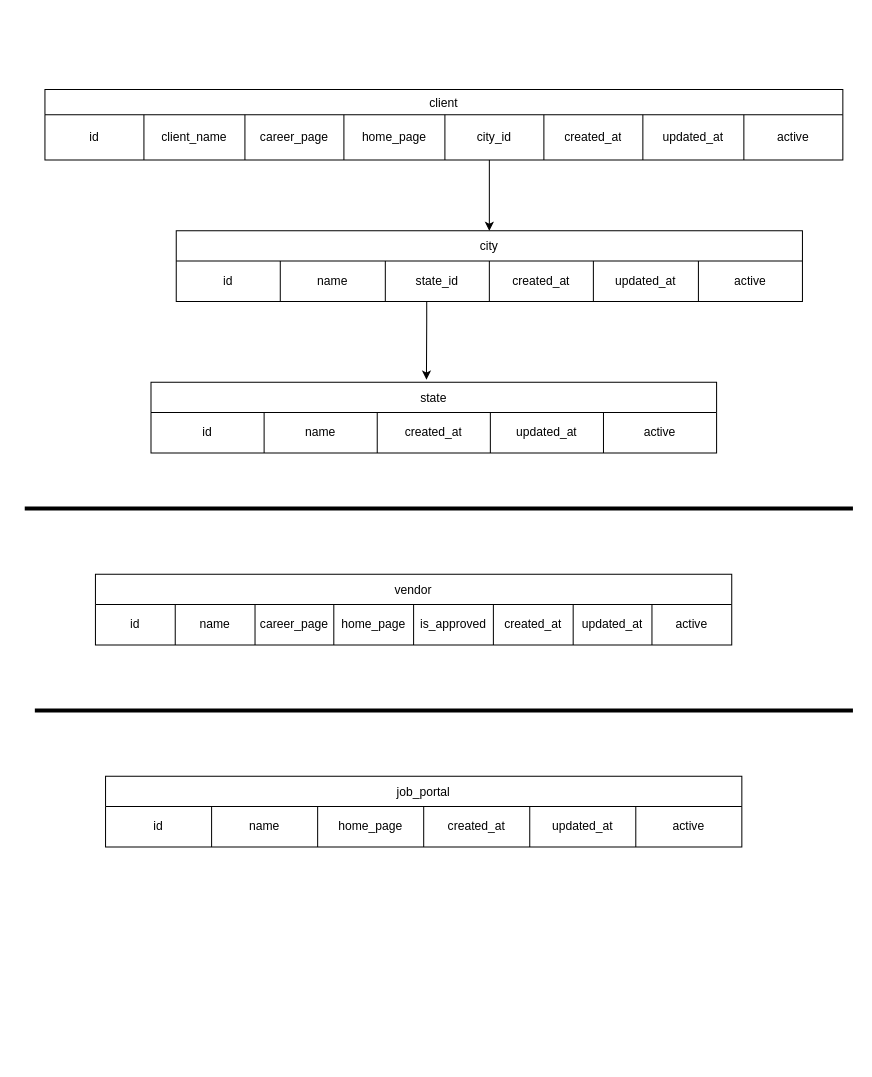
Above: Untitled Diagram.drawio in OmkarAvinash-Durgasi/mvc-framework (draw.io), before the change. Source tidied: cells renumbered, new cells numbered last; positions are measured from the earlier drawing's top-left corner, leaving out a move shared by most shapes. Both pictures are drawn from the tidied source at 101%, with x=0, y=0 at pixel (24, 89).
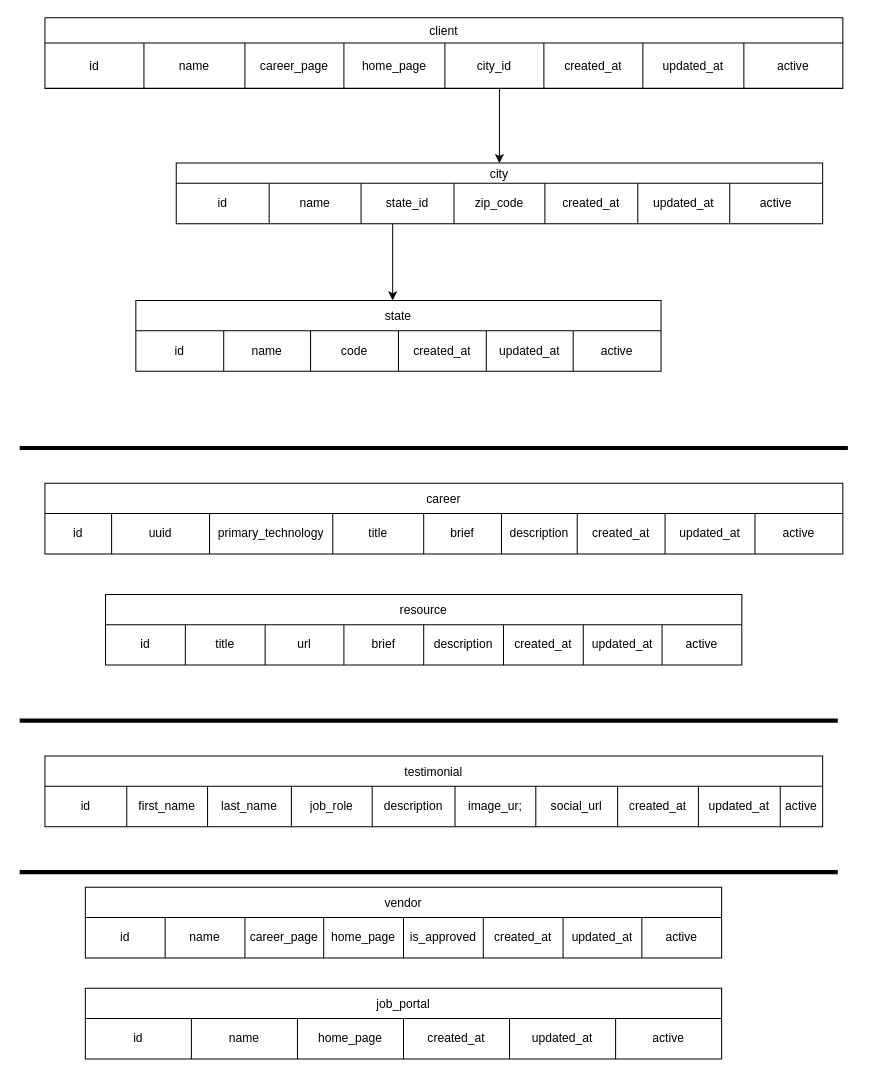
Above is the later version.

The change refers to these unchanged cells:
```xml
<mxCell id="6" style="shape=tableRow;horizontal=0;startSize=0;swimlaneHead=0;swimlaneBody=0;strokeColor=inherit;top=0;left=0;bottom=0;right=0;fillColor=none;" parent="5" vertex="1">
  <mxGeometry y="25" width="790" height="45" as="geometry" />
</mxCell>
```

Diff of the diagram source:
```diff
@@
     <mxCell id="2" style="line;strokeWidth=4;html=1;perimeter=backbonePerimeter;" parent="1" vertex="1">
-      <mxGeometry y="410" width="820" height="10" as="geometry" />
+      <mxGeometry x="-5" y="350" width="820" height="10" as="geometry" />
     </mxCell>
     <mxCell id="3" style="line;strokeWidth=4;html=1;perimeter=backbonePerimeter;" parent="1" vertex="1">
-      <mxGeometry x="10" y="610" width="810" height="10" as="geometry" />
+      <mxGeometry x="-5" y="620" width="810" height="10" as="geometry" />
     </mxCell>
     <mxCell id="4" style="edgeStyle=orthogonalEdgeStyle;rounded=0;jettySize=auto;html=1;entryX=0.5;entryY=0;entryDx=0;entryDy=0;" parent="1" edge="1" source="5" target="16">
       <mxGeometry relative="1" as="geometry">
         <Array as="points">
-          <mxPoint x="460" y="126" />
+          <mxPoint x="470" y="-7" />
+          <mxPoint x="470" y="-7" />
         </Array>
       </mxGeometry>
     </mxCell>
     <mxCell id="5" value="client" style="shape=table;startSize=25;childLayout=tableLayout;" parent="1" vertex="1">
-      <mxGeometry x="20" width="790" height="70" as="geometry" />
+      <mxGeometry x="20" y="-71" width="790" height="70" as="geometry" />
     </mxCell>
@@
-    <mxCell id="8" value="client_name" style="shape=partialRectangle;html=1;whiteSpace=wrap;strokeColor=inherit;overflow=hidden;fillColor=none;top=0;left=0;bottom=0;right=0;" parent="6" vertex="1">
+    <mxCell id="8" value="name" style="shape=partialRectangle;html=1;whiteSpace=wrap;strokeColor=inherit;overflow=hidden;fillColor=none;top=0;left=0;bottom=0;right=0;" parent="6" vertex="1">
       <mxGeometry x="98" width="100" height="45" as="geometry" />
     </mxCell>
@@
-    <mxCell id="15" style="edgeStyle=orthogonalEdgeStyle;rounded=0;jettySize=auto;html=1;entryX=0.487;entryY=-0.037;entryDx=0;entryDy=0;entryPerimeter=0;" parent="1" edge="1" source="16" target="24">
-      <mxGeometry relative="1" as="geometry">
-        <Array as="points">
-          <mxPoint x="398" y="230" />
-          <mxPoint x="398" y="230" />
-        </Array>
-      </mxGeometry>
-    </mxCell>
-    <mxCell id="16" value="city" style="shape=table;startSize=30;childLayout=tableLayout;" parent="1" vertex="1">
-      <mxGeometry x="150" y="140" width="620" height="70" as="geometry" />
-    </mxCell>
-    <mxCell id="17" style="shape=tableRow;horizontal=0;startSize=0;swimlaneHead=0;swimlaneBody=0;strokeColor=inherit;top=0;left=0;bottom=0;right=0;fillColor=none;" parent="16" vertex="1">
-      <mxGeometry y="30" width="620" height="40" as="geometry" />
-    </mxCell>
-    <mxCell id="18" value="id" style="shape=partialRectangle;html=1;whiteSpace=wrap;strokeColor=inherit;overflow=hidden;fillColor=none;top=0;left=0;bottom=0;right=0;" parent="17" vertex="1">
-      <mxGeometry width="103" height="40" as="geometry" />
-    </mxCell>
-    <mxCell id="19" value="name" style="shape=partialRectangle;html=1;whiteSpace=wrap;strokeColor=inherit;overflow=hidden;fillColor=none;top=0;left=0;bottom=0;right=0;" parent="17" vertex="1">
-      <mxGeometry x="103" width="104" height="40" as="geometry" />
-    </mxCell>
-    <mxCell id="20" value="state_id" style="shape=partialRectangle;html=1;whiteSpace=wrap;strokeColor=inherit;overflow=hidden;fillColor=none;top=0;left=0;bottom=0;right=0;" parent="17" vertex="1">
-      <mxGeometry x="207" width="103" height="40" as="geometry" />
-    </mxCell>
-    <mxCell id="21" value="created_at" style="shape=partialRectangle;html=1;whiteSpace=wrap;strokeColor=inherit;overflow=hidden;fillColor=none;top=0;left=0;bottom=0;right=0;" parent="17" vertex="1">
-      <mxGeometry x="310" width="103" height="40" as="geometry" />
-    </mxCell>
-    <mxCell id="22" value="updated_at" style="shape=partialRectangle;html=1;whiteSpace=wrap;strokeColor=inherit;overflow=hidden;fillColor=none;top=0;left=0;bottom=0;right=0;" parent="17" vertex="1">
-      <mxGeometry x="413" width="104" height="40" as="geometry" />
-    </mxCell>
-    <mxCell id="23" value="active" style="shape=partialRectangle;html=1;whiteSpace=wrap;strokeColor=inherit;overflow=hidden;fillColor=none;top=0;left=0;bottom=0;right=0;" parent="17" vertex="1">
-      <mxGeometry x="517" width="103" height="40" as="geometry" />
-    </mxCell>
-    <mxCell id="24" value="state" style="shape=table;startSize=30;childLayout=tableLayout;" parent="1" vertex="1">
-      <mxGeometry x="125" y="290" width="560" height="70" as="geometry" />
-    </mxCell>
-    <mxCell id="25" style="shape=tableRow;horizontal=0;startSize=0;swimlaneHead=0;swimlaneBody=0;strokeColor=inherit;top=0;left=0;bottom=0;right=0;fillColor=none;" parent="24" vertex="1">
-      <mxGeometry y="30" width="560" height="40" as="geometry" />
-    </mxCell>
-    <mxCell id="26" value="id" style="shape=partialRectangle;html=1;whiteSpace=wrap;strokeColor=inherit;overflow=hidden;fillColor=none;top=0;left=0;bottom=0;right=0;" parent="25" vertex="1">
-      <mxGeometry width="112" height="40" as="geometry" />
-    </mxCell>
-    <mxCell id="27" value="name" style="shape=partialRectangle;html=1;whiteSpace=wrap;strokeColor=inherit;overflow=hidden;fillColor=none;top=0;left=0;bottom=0;right=0;" parent="25" vertex="1">
-      <mxGeometry x="112" width="112" height="40" as="geometry" />
-    </mxCell>
-    <mxCell id="28" value="created_at" style="shape=partialRectangle;html=1;whiteSpace=wrap;strokeColor=inherit;overflow=hidden;fillColor=none;top=0;left=0;bottom=0;right=0;" parent="25" vertex="1">
-      <mxGeometry x="224" width="112" height="40" as="geometry" />
-    </mxCell>
-    <mxCell id="29" value="updated_at" style="shape=partialRectangle;html=1;whiteSpace=wrap;strokeColor=inherit;overflow=hidden;fillColor=none;top=0;left=0;bottom=0;right=0;" parent="25" vertex="1">
-      <mxGeometry x="336" width="112" height="40" as="geometry" />
-    </mxCell>
-    <mxCell id="30" value="active" style="shape=partialRectangle;html=1;whiteSpace=wrap;strokeColor=inherit;overflow=hidden;fillColor=none;top=0;left=0;bottom=0;right=0;" parent="25" vertex="1">
-      <mxGeometry x="448" width="112" height="40" as="geometry" />
-    </mxCell>
     <mxCell id="31" value="vendor" style="shape=table;startSize=30;childLayout=tableLayout;" parent="1" vertex="1">
-      <mxGeometry x="70" y="480" width="630" height="70" as="geometry" />
+      <mxGeometry x="60" y="790" width="630" height="70" as="geometry" />
     </mxCell>
@@
     <mxCell id="41" value="job_portal" style="shape=table;startSize=30;childLayout=tableLayout;" parent="1" vertex="1">
-      <mxGeometry x="80" y="680" width="630" height="70" as="geometry" />
+      <mxGeometry x="60" y="890" width="630" height="70" as="geometry" />
     </mxCell>
@@
+    <mxCell id="15" style="edgeStyle=orthogonalEdgeStyle;rounded=0;jettySize=auto;html=1;entryX=0.489;entryY=-0.001;entryDx=0;entryDy=0;entryPerimeter=0;" parent="1" edge="1" source="16" target="24">
+      <mxGeometry relative="1" as="geometry">
+        <Array as="points">
+          <mxPoint x="364" y="171" />
+        </Array>
+      </mxGeometry>
+    </mxCell>
+    <mxCell id="16" value="city" style="shape=table;startSize=20;childLayout=tableLayout;" parent="1" vertex="1">
+      <mxGeometry x="150" y="73" width="640" height="60" as="geometry" />
+    </mxCell>
+    <mxCell id="49" style="shape=tableRow;horizontal=0;startSize=0;swimlaneHead=0;swimlaneBody=0;strokeColor=inherit;top=0;left=0;bottom=0;right=0;fillColor=none;" parent="16" vertex="1">
+      <mxGeometry y="20" width="640" height="40" as="geometry" />
+    </mxCell>
+    <mxCell id="50" value="id" style="shape=partialRectangle;html=1;whiteSpace=wrap;strokeColor=inherit;overflow=hidden;fillColor=none;top=0;left=0;bottom=0;right=0;" parent="49" vertex="1">
+      <mxGeometry width="92" height="40" as="geometry" />
+    </mxCell>
+    <mxCell id="51" value="name" style="shape=partialRectangle;html=1;whiteSpace=wrap;strokeColor=inherit;overflow=hidden;fillColor=none;top=0;left=0;bottom=0;right=0;" parent="49" vertex="1">
+      <mxGeometry x="92" width="91" height="40" as="geometry" />
+    </mxCell>
+    <mxCell id="20" value="state_id" style="shape=partialRectangle;html=1;whiteSpace=wrap;strokeColor=inherit;overflow=hidden;fillColor=none;top=0;left=0;bottom=0;right=0;" parent="49" vertex="1">
+      <mxGeometry x="183" width="92" height="40" as="geometry" />
+    </mxCell>
+    <mxCell id="52" value="zip_code" style="shape=partialRectangle;html=1;whiteSpace=wrap;strokeColor=inherit;overflow=hidden;fillColor=none;top=0;left=0;bottom=0;right=0;" parent="49" vertex="1">
+      <mxGeometry x="275" width="90" height="40" as="geometry" />
+    </mxCell>
+    <mxCell id="53" value="created_at" style="shape=partialRectangle;html=1;whiteSpace=wrap;strokeColor=inherit;overflow=hidden;fillColor=none;top=0;left=0;bottom=0;right=0;" parent="49" vertex="1">
+      <mxGeometry x="365" width="92" height="40" as="geometry" />
+    </mxCell>
+    <mxCell id="54" value="updated_at" style="shape=partialRectangle;html=1;whiteSpace=wrap;strokeColor=inherit;overflow=hidden;fillColor=none;top=0;left=0;bottom=0;right=0;" parent="49" vertex="1">
+      <mxGeometry x="457" width="91" height="40" as="geometry" />
+    </mxCell>
+    <mxCell id="55" value="active" style="shape=partialRectangle;html=1;whiteSpace=wrap;strokeColor=inherit;overflow=hidden;fillColor=none;top=0;left=0;bottom=0;right=0;" parent="49" vertex="1">
+      <mxGeometry x="548" width="92" height="40" as="geometry" />
+    </mxCell>
+    <mxCell id="24" value="state" style="shape=table;startSize=30;childLayout=tableLayout;" parent="1" vertex="1">
+      <mxGeometry x="110" y="209" width="520" height="70" as="geometry" />
+    </mxCell>
+    <mxCell id="56" style="shape=tableRow;horizontal=0;startSize=0;swimlaneHead=0;swimlaneBody=0;strokeColor=inherit;top=0;left=0;bottom=0;right=0;fillColor=none;" parent="24" vertex="1">
+      <mxGeometry y="30" width="520" height="40" as="geometry" />
+    </mxCell>
+    <mxCell id="57" value="id" style="shape=partialRectangle;html=1;whiteSpace=wrap;strokeColor=inherit;overflow=hidden;fillColor=none;top=0;left=0;bottom=0;right=0;" parent="56" vertex="1">
+      <mxGeometry width="87" height="40" as="geometry" />
+    </mxCell>
+    <mxCell id="58" value="name" style="shape=partialRectangle;html=1;whiteSpace=wrap;strokeColor=inherit;overflow=hidden;fillColor=none;top=0;left=0;bottom=0;right=0;" parent="56" vertex="1">
+      <mxGeometry x="87" width="86" height="40" as="geometry" />
+    </mxCell>
+    <mxCell id="59" value="code" style="shape=partialRectangle;html=1;whiteSpace=wrap;strokeColor=inherit;overflow=hidden;fillColor=none;top=0;left=0;bottom=0;right=0;" parent="56" vertex="1">
+      <mxGeometry x="173" width="87" height="40" as="geometry" />
+    </mxCell>
+    <mxCell id="60" value="created_at" style="shape=partialRectangle;html=1;whiteSpace=wrap;strokeColor=inherit;overflow=hidden;fillColor=none;top=0;left=0;bottom=0;right=0;" parent="56" vertex="1">
+      <mxGeometry x="260" width="87" height="40" as="geometry" />
+    </mxCell>
+    <mxCell id="61" value="updated_at" style="shape=partialRectangle;html=1;whiteSpace=wrap;strokeColor=inherit;overflow=hidden;fillColor=none;top=0;left=0;bottom=0;right=0;" parent="56" vertex="1">
+      <mxGeometry x="347" width="86" height="40" as="geometry" />
+    </mxCell>
+    <mxCell id="62" value="active" style="shape=partialRectangle;html=1;whiteSpace=wrap;strokeColor=inherit;overflow=hidden;fillColor=none;top=0;left=0;bottom=0;right=0;" parent="56" vertex="1">
+      <mxGeometry x="433" width="87" height="40" as="geometry" />
+    </mxCell>
+    <mxCell id="63" value="career" style="shape=table;startSize=30;childLayout=tableLayout;" parent="1" vertex="1">
+      <mxGeometry x="20" y="390" width="790" height="70" as="geometry" />
+    </mxCell>
+    <mxCell id="64" style="shape=tableRow;horizontal=0;startSize=0;swimlaneHead=0;swimlaneBody=0;strokeColor=inherit;top=0;left=0;bottom=0;right=0;fillColor=none;" parent="63" vertex="1">
+      <mxGeometry y="30" width="790" height="40" as="geometry" />
+    </mxCell>
+    <mxCell id="65" value="id" style="shape=partialRectangle;html=1;whiteSpace=wrap;strokeColor=inherit;overflow=hidden;fillColor=none;top=0;left=0;bottom=0;right=0;" parent="64" vertex="1">
+      <mxGeometry width="66" height="40" as="geometry" />
+    </mxCell>
+    <mxCell id="66" value="uuid" style="shape=partialRectangle;html=1;whiteSpace=wrap;strokeColor=inherit;overflow=hidden;fillColor=none;top=0;left=0;bottom=0;right=0;" parent="64" vertex="1">
+      <mxGeometry x="66" width="97" height="40" as="geometry" />
+    </mxCell>
+    <mxCell id="67" value="primary_technology" style="shape=partialRectangle;html=1;whiteSpace=wrap;strokeColor=inherit;overflow=hidden;fillColor=none;top=0;left=0;bottom=0;right=0;" parent="64" vertex="1">
+      <mxGeometry x="163" width="122" height="40" as="geometry" />
+    </mxCell>
+    <mxCell id="68" value="title" style="shape=partialRectangle;html=1;whiteSpace=wrap;strokeColor=inherit;overflow=hidden;fillColor=none;top=0;left=0;bottom=0;right=0;" parent="64" vertex="1">
+      <mxGeometry x="285" width="90" height="40" as="geometry" />
+    </mxCell>
+    <mxCell id="69" value="brief" style="shape=partialRectangle;html=1;whiteSpace=wrap;strokeColor=inherit;overflow=hidden;fillColor=none;top=0;left=0;bottom=0;right=0;" parent="64" vertex="1">
+      <mxGeometry x="375" width="77" height="40" as="geometry" />
+    </mxCell>
+    <mxCell id="70" value="description" style="shape=partialRectangle;html=1;whiteSpace=wrap;strokeColor=inherit;overflow=hidden;fillColor=none;top=0;left=0;bottom=0;right=0;" parent="64" vertex="1">
+      <mxGeometry x="452" width="75" height="40" as="geometry" />
+    </mxCell>
+    <mxCell id="71" value="created_at" style="shape=partialRectangle;html=1;whiteSpace=wrap;strokeColor=inherit;overflow=hidden;fillColor=none;top=0;left=0;bottom=0;right=0;" parent="64" vertex="1">
+      <mxGeometry x="527" width="87" height="40" as="geometry" />
+    </mxCell>
+    <mxCell id="72" value="updated_at" style="shape=partialRectangle;html=1;whiteSpace=wrap;strokeColor=inherit;overflow=hidden;fillColor=none;top=0;left=0;bottom=0;right=0;" parent="64" vertex="1">
+      <mxGeometry x="614" width="89" height="40" as="geometry" />
+    </mxCell>
+    <mxCell id="73" value="active" style="shape=partialRectangle;html=1;whiteSpace=wrap;strokeColor=inherit;overflow=hidden;fillColor=none;top=0;left=0;bottom=0;right=0;" parent="64" vertex="1">
+      <mxGeometry x="703" width="87" height="40" as="geometry" />
+    </mxCell>
+    <mxCell id="74" value="resource" style="shape=table;startSize=30;childLayout=tableLayout;" parent="1" vertex="1">
+      <mxGeometry x="80" y="500" width="630" height="70" as="geometry" />
+    </mxCell>
+    <mxCell id="75" style="shape=tableRow;horizontal=0;startSize=0;swimlaneHead=0;swimlaneBody=0;strokeColor=inherit;top=0;left=0;bottom=0;right=0;fillColor=none;" parent="74" vertex="1">
+      <mxGeometry y="30" width="630" height="40" as="geometry" />
+    </mxCell>
+    <mxCell id="76" value="id" style="shape=partialRectangle;html=1;whiteSpace=wrap;strokeColor=inherit;overflow=hidden;fillColor=none;top=0;left=0;bottom=0;right=0;" parent="75" vertex="1">
+      <mxGeometry width="79" height="40" as="geometry" />
+    </mxCell>
+    <mxCell id="77" value="title" style="shape=partialRectangle;html=1;whiteSpace=wrap;strokeColor=inherit;overflow=hidden;fillColor=none;top=0;left=0;bottom=0;right=0;" parent="75" vertex="1">
+      <mxGeometry x="79" width="79" height="40" as="geometry" />
+    </mxCell>
+    <mxCell id="78" value="url" style="shape=partialRectangle;html=1;whiteSpace=wrap;strokeColor=inherit;overflow=hidden;fillColor=none;top=0;left=0;bottom=0;right=0;" parent="75" vertex="1">
+      <mxGeometry x="158" width="78" height="40" as="geometry" />
+    </mxCell>
+    <mxCell id="79" value="brief" style="shape=partialRectangle;html=1;whiteSpace=wrap;strokeColor=inherit;overflow=hidden;fillColor=none;top=0;left=0;bottom=0;right=0;" parent="75" vertex="1">
+      <mxGeometry x="236" width="79" height="40" as="geometry" />
+    </mxCell>
+    <mxCell id="80" value="description" style="shape=partialRectangle;html=1;whiteSpace=wrap;strokeColor=inherit;overflow=hidden;fillColor=none;top=0;left=0;bottom=0;right=0;" parent="75" vertex="1">
+      <mxGeometry x="315" width="79" height="40" as="geometry" />
+    </mxCell>
+    <mxCell id="81" value="created_at" style="shape=partialRectangle;html=1;whiteSpace=wrap;strokeColor=inherit;overflow=hidden;fillColor=none;top=0;left=0;bottom=0;right=0;" parent="75" vertex="1">
+      <mxGeometry x="394" width="79" height="40" as="geometry" />
+    </mxCell>
+    <mxCell id="82" value="updated_at" style="shape=partialRectangle;html=1;whiteSpace=wrap;strokeColor=inherit;overflow=hidden;fillColor=none;top=0;left=0;bottom=0;right=0;" parent="75" vertex="1">
+      <mxGeometry x="473" width="78" height="40" as="geometry" />
+    </mxCell>
+    <mxCell id="83" value="active" style="shape=partialRectangle;html=1;whiteSpace=wrap;strokeColor=inherit;overflow=hidden;fillColor=none;top=0;left=0;bottom=0;right=0;" parent="75" vertex="1">
+      <mxGeometry x="551" width="79" height="40" as="geometry" />
+    </mxCell>
+    <mxCell id="84" style="line;strokeWidth=4;html=1;perimeter=backbonePerimeter;" parent="1" vertex="1">
+      <mxGeometry x="-5" y="770" width="810" height="10" as="geometry" />
+    </mxCell>
+    <mxCell id="85" value="testimonial" style="shape=table;startSize=30;childLayout=tableLayout;" parent="1" vertex="1">
+      <mxGeometry x="20" y="660" width="770" height="70" as="geometry" />
+    </mxCell>
+    <mxCell id="86" style="shape=tableRow;horizontal=0;startSize=0;swimlaneHead=0;swimlaneBody=0;strokeColor=inherit;top=0;left=0;bottom=0;right=0;fillColor=none;" parent="85" vertex="1">
+      <mxGeometry y="30" width="770" height="40" as="geometry" />
+    </mxCell>
+    <mxCell id="87" value="id" style="shape=partialRectangle;html=1;whiteSpace=wrap;strokeColor=inherit;overflow=hidden;fillColor=none;top=0;left=0;bottom=0;right=0;" parent="86" vertex="1">
+      <mxGeometry width="81" height="40" as="geometry" />
+    </mxCell>
+    <mxCell id="88" value="first_name" style="shape=partialRectangle;html=1;whiteSpace=wrap;strokeColor=inherit;overflow=hidden;fillColor=none;top=0;left=0;bottom=0;right=0;" parent="86" vertex="1">
+      <mxGeometry x="81" width="80" height="40" as="geometry" />
+    </mxCell>
+    <mxCell id="89" value="last_name" style="shape=partialRectangle;html=1;whiteSpace=wrap;strokeColor=inherit;overflow=hidden;fillColor=none;top=0;left=0;bottom=0;right=0;" parent="86" vertex="1">
+      <mxGeometry x="161" width="83" height="40" as="geometry" />
+    </mxCell>
+    <mxCell id="90" value="job_role" style="shape=partialRectangle;html=1;whiteSpace=wrap;strokeColor=inherit;overflow=hidden;fillColor=none;top=0;left=0;bottom=0;right=0;" parent="86" vertex="1">
+      <mxGeometry x="244" width="80" height="40" as="geometry" />
+    </mxCell>
+    <mxCell id="91" value="description" style="shape=partialRectangle;html=1;whiteSpace=wrap;strokeColor=inherit;overflow=hidden;fillColor=none;top=0;left=0;bottom=0;right=0;" parent="86" vertex="1">
+      <mxGeometry x="324" width="82" height="40" as="geometry" />
+    </mxCell>
+    <mxCell id="92" value="image_ur;" style="shape=partialRectangle;html=1;whiteSpace=wrap;strokeColor=inherit;overflow=hidden;fillColor=none;top=0;left=0;bottom=0;right=0;" parent="86" vertex="1">
+      <mxGeometry x="406" width="80" height="40" as="geometry" />
+    </mxCell>
+    <mxCell id="93" value="social_url" style="shape=partialRectangle;html=1;whiteSpace=wrap;strokeColor=inherit;overflow=hidden;fillColor=none;top=0;left=0;bottom=0;right=0;" parent="86" vertex="1">
+      <mxGeometry x="486" width="81" height="40" as="geometry" />
+    </mxCell>
+    <mxCell id="94" value="created_at" style="shape=partialRectangle;html=1;whiteSpace=wrap;strokeColor=inherit;overflow=hidden;fillColor=none;top=0;left=0;bottom=0;right=0;" parent="86" vertex="1">
+      <mxGeometry x="567" width="80" height="40" as="geometry" />
+    </mxCell>
+    <mxCell id="95" value="updated_at" style="shape=partialRectangle;html=1;whiteSpace=wrap;strokeColor=inherit;overflow=hidden;fillColor=none;top=0;left=0;bottom=0;right=0;" parent="86" vertex="1">
+      <mxGeometry x="647" width="81" height="40" as="geometry" />
+    </mxCell>
+    <mxCell id="96" value="active" style="shape=partialRectangle;html=1;whiteSpace=wrap;strokeColor=inherit;overflow=hidden;fillColor=none;top=0;left=0;bottom=0;right=0;" parent="86" vertex="1">
+      <mxGeometry x="728" width="42" height="40" as="geometry" />
+    </mxCell>
```
